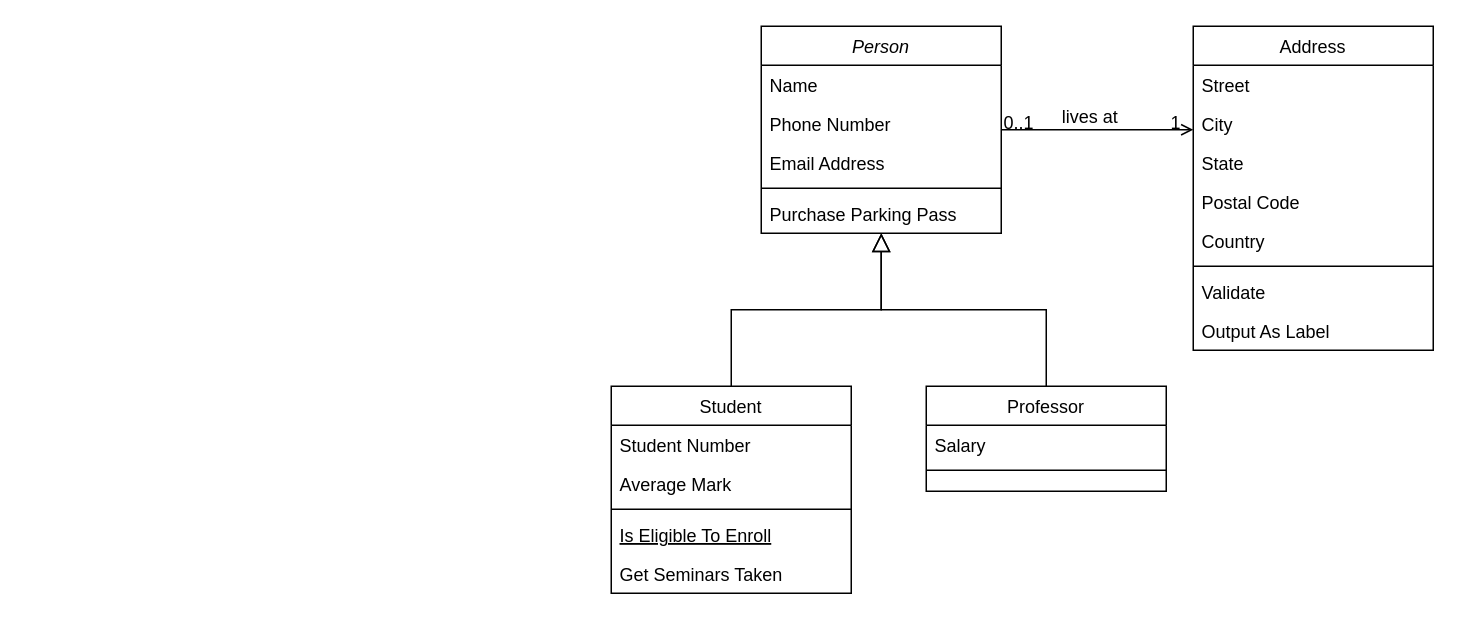
Earlier version of the draw.io diagram Class.drawio (JustAhmedRabie/UML). Source tidied: cells renumbered, new cells numbered last; positions are measured from the earlier drawing's top-left corner, leaving out a move shared by most shapes. Both pictures are drawn from the tidied source at 150%, with x=0, y=0 at pixel (610, 26).
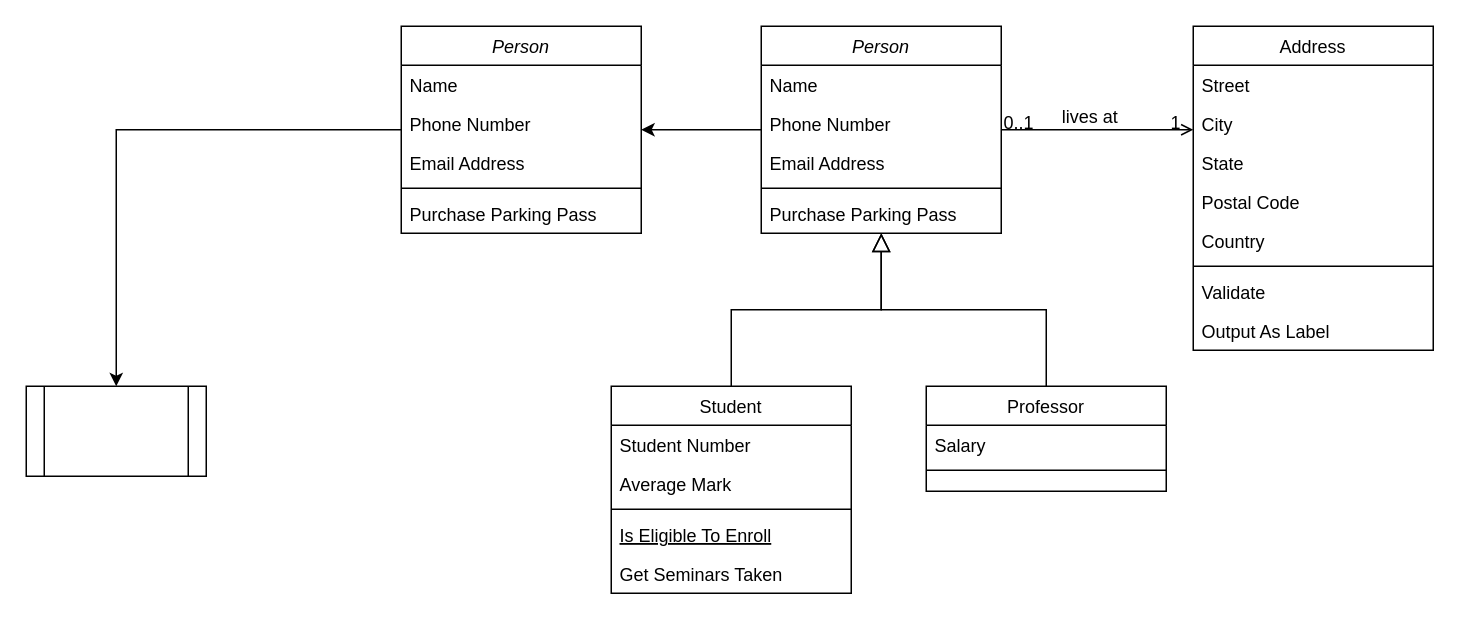
After the change.

The change refers to these unchanged cells:
```xml
<mxCell id="2" value="Person" style="swimlane;fontStyle=2;align=center;verticalAlign=top;horizontal=1;startSize=26;rounded=0;shadow=0;strokeWidth=1;" parent="1" vertex="1">
  <mxGeometry x="100" width="160" height="138" as="geometry" />
</mxCell>
```

Diff of the diagram source:
```diff
@@
+    <mxCell id="32" style="edgeStyle=orthogonalEdgeStyle;rounded=0;jettySize=auto;html=1;" parent="1" edge="1" source="2" target="34">
+      <mxGeometry relative="1" as="geometry" />
+    </mxCell>
@@
+    <mxCell id="33" style="edgeStyle=orthogonalEdgeStyle;rounded=0;jettySize=auto;html=1;" parent="1" edge="1" source="34" target="40">
+      <mxGeometry relative="1" as="geometry" />
+    </mxCell>
+    <mxCell id="34" value="Person" style="swimlane;fontStyle=2;align=center;verticalAlign=top;horizontal=1;startSize=26;rounded=0;shadow=0;strokeWidth=1;" parent="1" vertex="1">
+      <mxGeometry x="-140" width="160" height="138" as="geometry" />
+    </mxCell>
+    <mxCell id="35" value="Name" style="text;align=left;verticalAlign=top;spacingLeft=4;spacingRight=4;overflow=hidden;" parent="34" vertex="1">
+      <mxGeometry y="26" width="160" height="26" as="geometry" />
+    </mxCell>
+    <mxCell id="36" value="Phone Number" style="text;align=left;verticalAlign=top;spacingLeft=4;spacingRight=4;overflow=hidden;rounded=0;shadow=0;html=0;" parent="34" vertex="1">
+      <mxGeometry y="52" width="160" height="26" as="geometry" />
+    </mxCell>
+    <mxCell id="37" value="Email Address" style="text;align=left;verticalAlign=top;spacingLeft=4;spacingRight=4;overflow=hidden;rounded=0;shadow=0;html=0;" parent="34" vertex="1">
+      <mxGeometry y="78" width="160" height="26" as="geometry" />
+    </mxCell>
+    <mxCell id="38" style="line;html=1;strokeWidth=1;align=left;verticalAlign=middle;spacingTop=-1;spacingLeft=3;spacingRight=3;labelPosition=right;" parent="34" vertex="1">
+      <mxGeometry y="104" width="160" height="8" as="geometry" />
+    </mxCell>
+    <mxCell id="39" value="Purchase Parking Pass" style="text;align=left;verticalAlign=top;spacingLeft=4;spacingRight=4;overflow=hidden;" parent="34" vertex="1">
+      <mxGeometry y="112" width="160" height="26" as="geometry" />
+    </mxCell>
+    <mxCell id="40" style="shape=process;whiteSpace=wrap;html=1;backgroundOutline=1;verticalAlign=top;fontStyle=2;startSize=26;horizontal=1;rounded=0;shadow=0;strokeWidth=1;" parent="1" vertex="1">
+      <mxGeometry x="-390" y="240" width="120" height="60" as="geometry" />
+    </mxCell>
```
